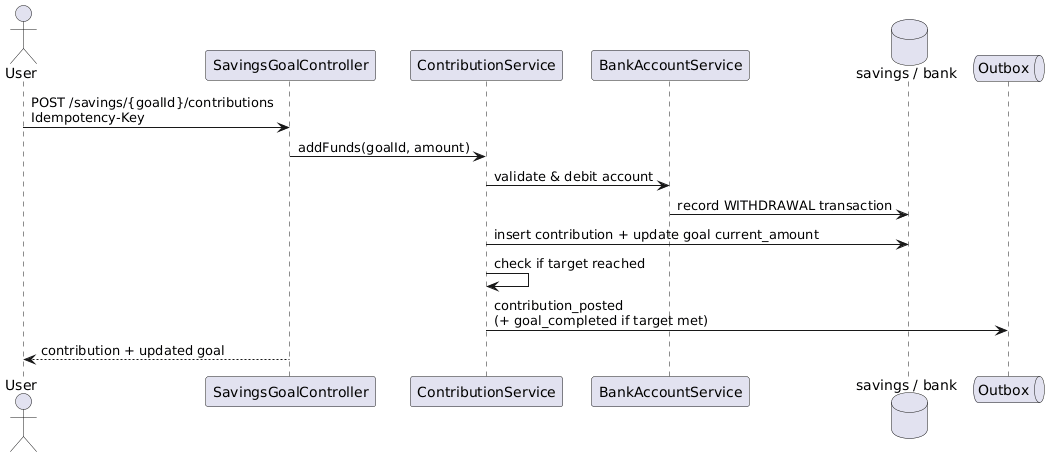
Before: docs/detailed-designs/diagrams/rendered/seq_add_funds_to_goal.png, a diagram exported from PlantUML (QuinntyneBrown/LendQ). Source of this version:
```plantuml
@startuml
actor User
participant SavingsGoalController
participant ContributionService
participant BankAccountService
database "savings / bank" as db
queue Outbox

User -> SavingsGoalController : POST /savings/{goalId}/contributions\nIdempotency-Key
SavingsGoalController -> ContributionService : addFunds(goalId, amount)
ContributionService -> BankAccountService : validate & debit account
BankAccountService -> db : record WITHDRAWAL transaction
ContributionService -> db : insert contribution + update goal current_amount
ContributionService -> ContributionService : check if target reached
ContributionService -> Outbox : contribution_posted\n(+ goal_completed if target met)
SavingsGoalController --> User : contribution + updated goal
@enduml
```
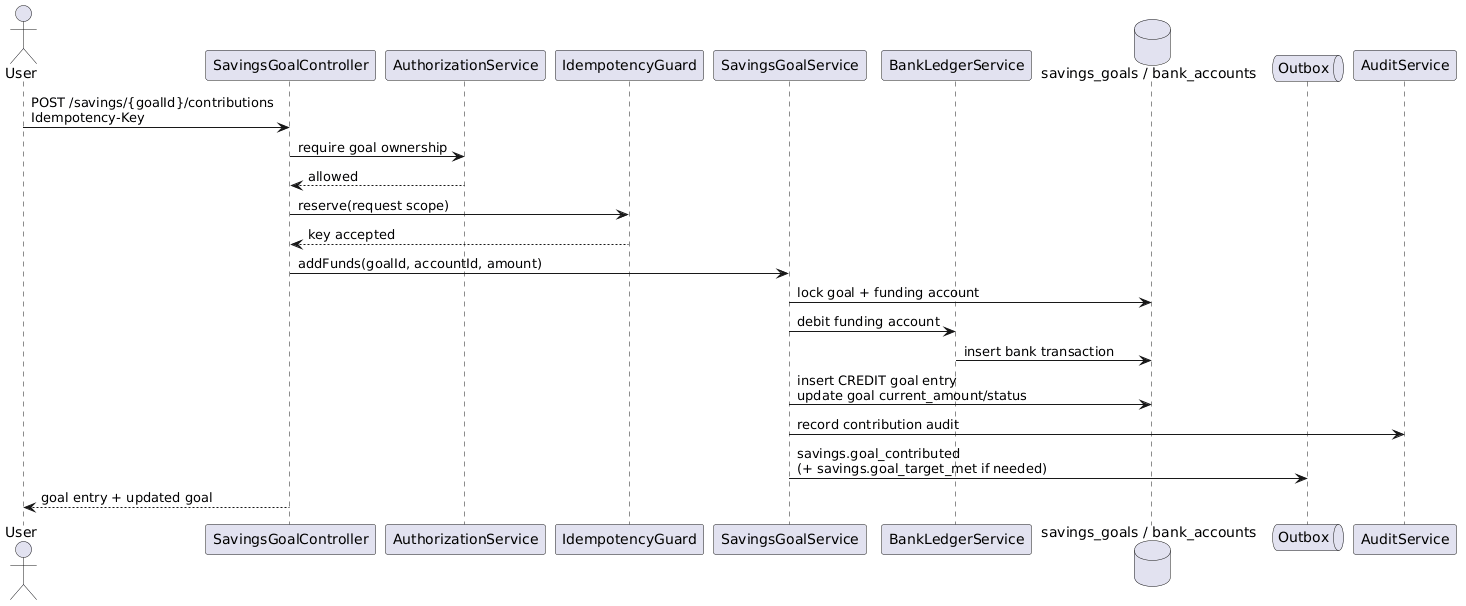
Later version of the same file.

Change to the diagram source:
```diff
@@ -1,17 +1,25 @@
 @startuml
 actor User
 participant SavingsGoalController
-participant ContributionService
-participant BankAccountService
-database "savings / bank" as db
+participant AuthorizationService
+participant IdempotencyGuard
+participant SavingsGoalService
+participant BankLedgerService
+database "savings_goals / bank_accounts" as db
 queue Outbox
+participant AuditService
 
 User -> SavingsGoalController : POST /savings/{goalId}/contributions\nIdempotency-Key
-SavingsGoalController -> ContributionService : addFunds(goalId, amount)
-ContributionService -> BankAccountService : validate & debit account
-BankAccountService -> db : record WITHDRAWAL transaction
-ContributionService -> db : insert contribution + update goal current_amount
-ContributionService -> ContributionService : check if target reached
-ContributionService -> Outbox : contribution_posted\n(+ goal_completed if target met)
-SavingsGoalController --> User : contribution + updated goal
+SavingsGoalController -> AuthorizationService : require goal ownership
+AuthorizationService --> SavingsGoalController : allowed
+SavingsGoalController -> IdempotencyGuard : reserve(request scope)
+IdempotencyGuard --> SavingsGoalController : key accepted
+SavingsGoalController -> SavingsGoalService : addFunds(goalId, accountId, amount)
+SavingsGoalService -> db : lock goal + funding account
+SavingsGoalService -> BankLedgerService : debit funding account
+BankLedgerService -> db : insert bank transaction
+SavingsGoalService -> db : insert CREDIT goal entry\nupdate goal current_amount/status
+SavingsGoalService -> AuditService : record contribution audit
+SavingsGoalService -> Outbox : savings.goal_contributed\n(+ savings.goal_target_met if needed)
+SavingsGoalController --> User : goal entry + updated goal
 @enduml
```
